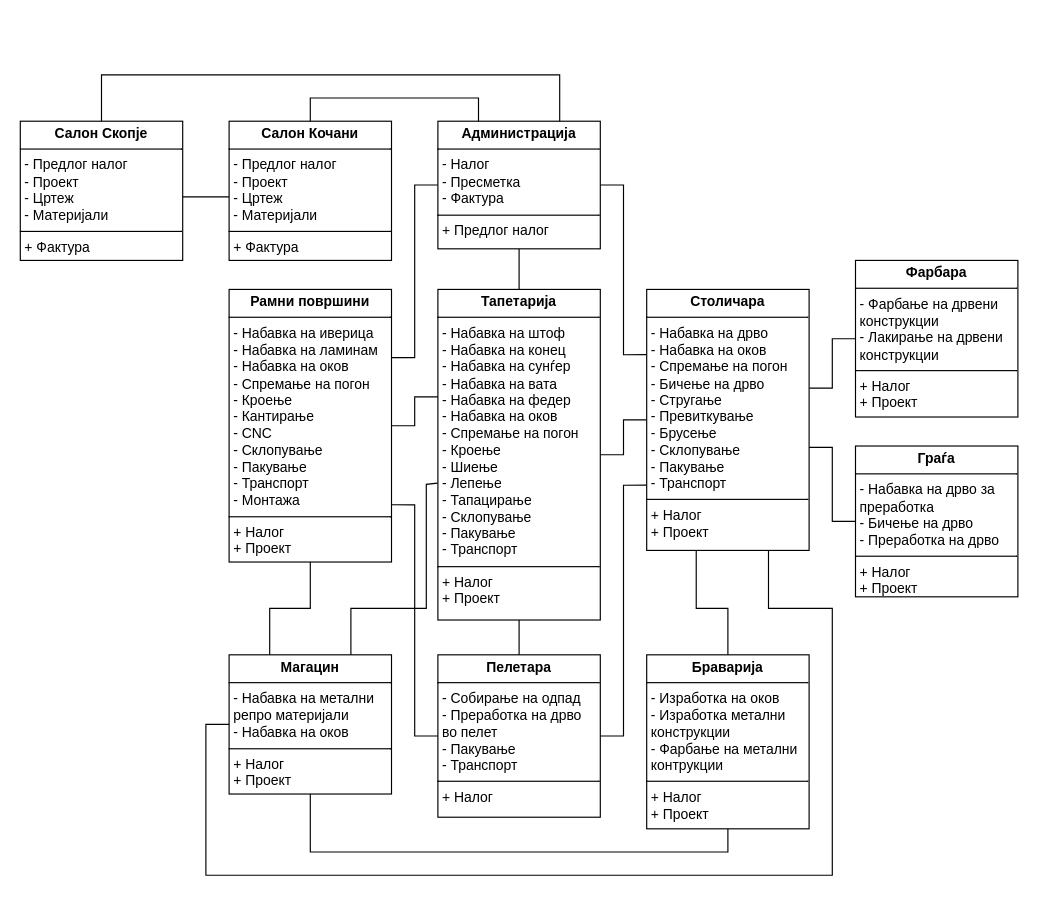
Earlier version of the draw.io diagram page "Page-1" (1 of 2) of jumis-processes-diagram.drawio (martin-s22/jumis-processes-diagram). Source tidied: cells renumbered, new cells numbered last; positions are measured from the earlier drawing's top-left corner, leaving out a move shared by most shapes. Both pictures are drawn from the tidied source at 116%, with x=0, y=0 at pixel (20, 28).
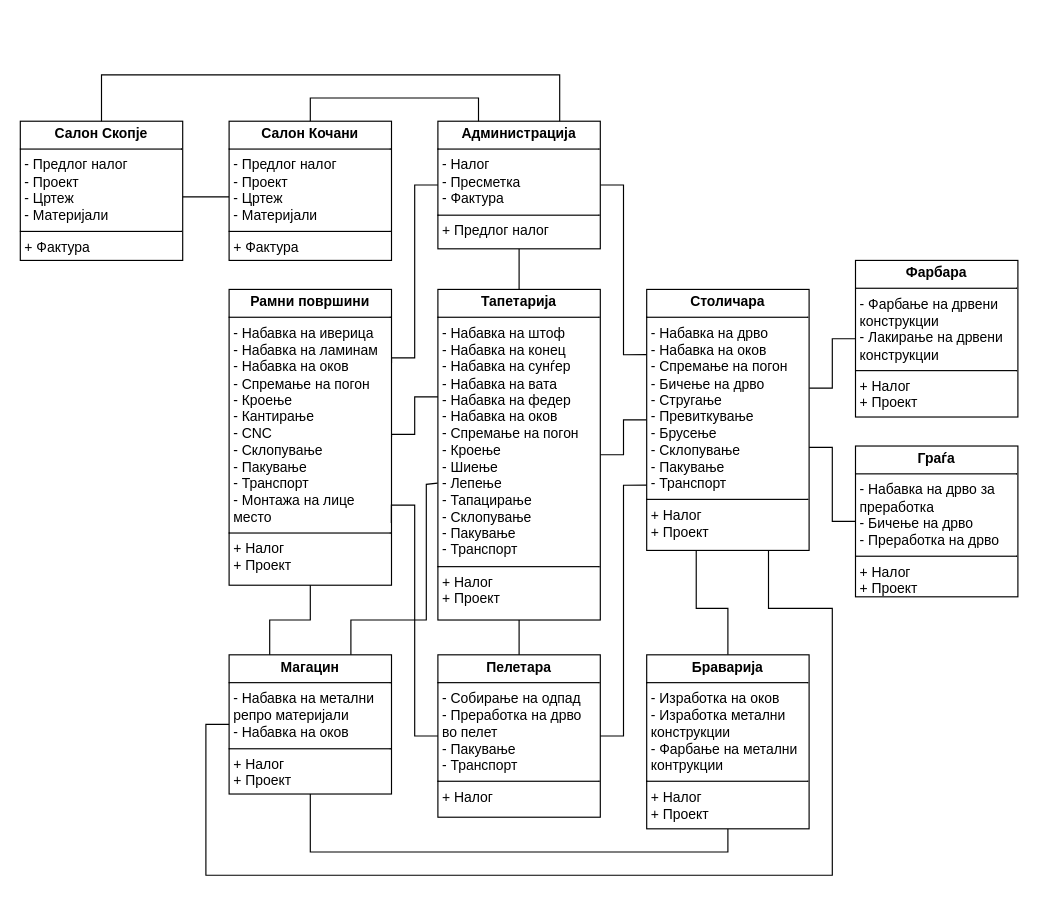
Above is the later version.

The change refers to these unchanged cells:
```xml
<mxCell id="16" value="&lt;p style=&quot;margin:0px;margin-top:4px;text-align:center;&quot;&gt;&lt;b&gt;Тапетарија&lt;/b&gt;&lt;/p&gt;&lt;hr size=&quot;1&quot; style=&quot;border-style:solid;&quot;&gt;&lt;p style=&quot;margin:0px;margin-left:4px;&quot;&gt;- Набавка на штоф&lt;/p&gt;&lt;p style=&quot;margin:0px;margin-left:4px;&quot;&gt;- Набавка на конец&lt;/p&gt;&lt;p style=&quot;margin:0px;margin-left:4px;&quot;&gt;- Набавка на сунѓер&lt;/p&gt;&lt;p style=&quot;margin:0px;margin-left:4px;&quot;&gt;- Набавка на вата&lt;/p&gt;&lt;p style=&quot;margin:0px;margin-left:4px;&quot;&gt;- Набавка на федер&lt;/p&gt;&lt;p style=&quot;margin:0px;margin-left:4px;&quot;&gt;- Набавка на оков&lt;/p&gt;&lt;p style=&quot;margin:0px;margin-left:4px;&quot;&gt;-&amp;nbsp;&lt;span style=&quot;background-color: transparent; color: light-dark(rgb(0, 0, 0), rgb(255, 255, 255));&quot;&gt;Спремање на погон&lt;/span&gt;&lt;/p&gt;&lt;p style=&quot;margin:0px;margin-left:4px;&quot;&gt;&lt;span style=&quot;background-color: transparent; color: light-dark(rgb(0, 0, 0), rgb(255, 255, 255));&quot;&gt;- Кроење&lt;/span&gt;&lt;/p&gt;&lt;p style=&quot;margin:0px;margin-left:4px;&quot;&gt;- Шиење&lt;/p&gt;&lt;p style=&quot;margin:0px;margin-left:4px;&quot;&gt;- Лепење&lt;/p&gt;&lt;p style=&quot;margin:0px;margin-left:4px;&quot;&gt;- Тапацирање&lt;/p&gt;&lt;p style=&quot;margin:0px;margin-left:4px;&quot;&gt;- Склопување&lt;/p&gt;&lt;p style=&quot;margin:0px;margin-left:4px;&quot;&gt;- Пакување&lt;/p&gt;&lt;p style=&quot;margin:0px;margin-left:4px;&quot;&gt;- Транспорт&lt;br&gt;&lt;/p&gt;&lt;hr size=&quot;1&quot; style=&quot;border-style:solid;&quot;&gt;&lt;p style=&quot;margin:0px;margin-left:4px;&quot;&gt;+ Налог&lt;/p&gt;&lt;p style=&quot;margin:0px;margin-left:4px;&quot;&gt;+ Проект&lt;/p&gt;" style="verticalAlign=top;align=left;overflow=fill;html=1;whiteSpace=wrap;" parent="1" vertex="1">
  <mxGeometry x="360" y="225" width="140" height="285" as="geometry" />
</mxCell>
<mxCell id="21" value="&lt;p style=&quot;margin:0px;margin-top:4px;text-align:center;&quot;&gt;&lt;b&gt;Магацин&lt;/b&gt;&lt;/p&gt;&lt;hr size=&quot;1&quot; style=&quot;border-style:solid;&quot;&gt;&lt;p style=&quot;margin:0px;margin-left:4px;&quot;&gt;- Набавка на метални&lt;/p&gt;&lt;p style=&quot;margin:0px;margin-left:4px;&quot;&gt;репро материјали&lt;/p&gt;&lt;p style=&quot;margin:0px;margin-left:4px;&quot;&gt;&lt;span style=&quot;background-color: transparent; color: light-dark(rgb(0, 0, 0), rgb(255, 255, 255));&quot;&gt;- Набавка на оков&lt;br&gt;&lt;/span&gt;&lt;/p&gt;&lt;hr size=&quot;1&quot; style=&quot;border-style:solid;&quot;&gt;&lt;p style=&quot;margin:0px;margin-left:4px;&quot;&gt;+ Налог&lt;/p&gt;&lt;p style=&quot;margin:0px;margin-left:4px;&quot;&gt;+ Проект&lt;/p&gt;" style="verticalAlign=top;align=left;overflow=fill;html=1;whiteSpace=wrap;" parent="1" vertex="1">
  <mxGeometry x="180" y="540" width="140" height="120" as="geometry" />
</mxCell>
```

Change to the diagram source:
```diff
@@
     <mxCell id="8" style="edgeStyle=orthogonalEdgeStyle;rounded=0;html=1;labelBackgroundColor=none;endArrow=none;endFill=0;endSize=8;fontFamily=Verdana;fontSize=12;align=left;entryX=1;entryY=0.5;entryDx=0;entryDy=0;exitX=0.004;exitY=0.325;exitDx=0;exitDy=0;exitPerimeter=0;" parent="1" edge="1" source="16" target="15">
       <mxGeometry relative="1" as="geometry">
         <Array as="points">
           <mxPoint x="340" y="318" />
-          <mxPoint x="340" y="342" />
+          <mxPoint x="340" y="350" />
+          <mxPoint x="320" y="350" />
         </Array>
       </mxGeometry>
     </mxCell>
@@
-    <mxCell id="15" value="&lt;p style=&quot;margin:0px;margin-top:4px;text-align:center;&quot;&gt;&lt;b&gt;Рамни површини&lt;/b&gt;&lt;/p&gt;&lt;hr size=&quot;1&quot; style=&quot;border-style:solid;&quot;&gt;&lt;p style=&quot;margin:0px;margin-left:4px;&quot;&gt;- Набавка на иверица&lt;/p&gt;&lt;p style=&quot;margin:0px;margin-left:4px;&quot;&gt;&lt;span style=&quot;background-color: transparent; color: light-dark(rgb(0, 0, 0), rgb(255, 255, 255));&quot;&gt;- Набавка на ламинам&lt;/span&gt;&lt;/p&gt;&lt;p style=&quot;margin:0px;margin-left:4px;&quot;&gt;- Набавка на оков&lt;/p&gt;&lt;p style=&quot;margin:0px;margin-left:4px;&quot;&gt;- Спремање на погон&lt;/p&gt;&lt;p style=&quot;margin:0px;margin-left:4px;&quot;&gt;- Кроење&lt;/p&gt;&lt;p style=&quot;margin:0px;margin-left:4px;&quot;&gt;- Кантирање&lt;/p&gt;&lt;p style=&quot;margin:0px;margin-left:4px;&quot;&gt;- CNC&lt;/p&gt;&lt;p style=&quot;margin:0px;margin-left:4px;&quot;&gt;- Склопување&lt;/p&gt;&lt;p style=&quot;margin:0px;margin-left:4px;&quot;&gt;- Пакување&lt;/p&gt;&lt;p style=&quot;margin:0px;margin-left:4px;&quot;&gt;- Транспорт&lt;/p&gt;&lt;p style=&quot;margin:0px;margin-left:4px;&quot;&gt;- Монтажа&lt;/p&gt;&lt;hr size=&quot;1&quot; style=&quot;border-style:solid;&quot;&gt;&lt;p style=&quot;margin:0px;margin-left:4px;&quot;&gt;+ Налог&lt;/p&gt;&lt;p style=&quot;margin:0px;margin-left:4px;&quot;&gt;+ Проект&lt;/p&gt;" style="verticalAlign=top;align=left;overflow=fill;html=1;whiteSpace=wrap;" parent="1" vertex="1">
-      <mxGeometry x="180" y="225" width="140" height="235" as="geometry" />
+    <mxCell id="15" value="&lt;p style=&quot;margin:0px;margin-top:4px;text-align:center;&quot;&gt;&lt;b&gt;Рамни површини&lt;/b&gt;&lt;/p&gt;&lt;hr size=&quot;1&quot; style=&quot;border-style:solid;&quot;&gt;&lt;p style=&quot;margin:0px;margin-left:4px;&quot;&gt;- Набавка на иверица&lt;/p&gt;&lt;p style=&quot;margin:0px;margin-left:4px;&quot;&gt;&lt;span style=&quot;background-color: transparent; color: light-dark(rgb(0, 0, 0), rgb(255, 255, 255));&quot;&gt;- Набавка на ламинам&lt;/span&gt;&lt;/p&gt;&lt;p style=&quot;margin:0px;margin-left:4px;&quot;&gt;- Набавка на оков&lt;/p&gt;&lt;p style=&quot;margin:0px;margin-left:4px;&quot;&gt;- Спремање на погон&lt;/p&gt;&lt;p style=&quot;margin:0px;margin-left:4px;&quot;&gt;- Кроење&lt;/p&gt;&lt;p style=&quot;margin:0px;margin-left:4px;&quot;&gt;- Кантирање&lt;/p&gt;&lt;p style=&quot;margin:0px;margin-left:4px;&quot;&gt;- CNC&lt;/p&gt;&lt;p style=&quot;margin:0px;margin-left:4px;&quot;&gt;- Склопување&lt;/p&gt;&lt;p style=&quot;margin:0px;margin-left:4px;&quot;&gt;- Пакување&lt;/p&gt;&lt;p style=&quot;margin:0px;margin-left:4px;&quot;&gt;- Транспорт&lt;/p&gt;&lt;p style=&quot;margin:0px;margin-left:4px;&quot;&gt;- Монтажа на лице место&lt;/p&gt;&lt;hr size=&quot;1&quot; style=&quot;border-style:solid;&quot;&gt;&lt;p style=&quot;margin:0px;margin-left:4px;&quot;&gt;+ Налог&lt;/p&gt;&lt;p style=&quot;margin:0px;margin-left:4px;&quot;&gt;+ Проект&lt;/p&gt;" style="verticalAlign=top;align=left;overflow=fill;html=1;whiteSpace=wrap;" parent="1" vertex="1">
+      <mxGeometry x="180" y="225" width="140" height="255" as="geometry" />
     </mxCell>
@@
     <mxCell id="31" style="edgeStyle=orthogonalEdgeStyle;rounded=0;html=1;exitX=0.5;exitY=1;labelBackgroundColor=none;endArrow=none;endFill=0;endSize=8;fontFamily=Verdana;fontSize=12;align=left;exitDx=0;exitDy=0;entryX=0.25;entryY=0;entryDx=0;entryDy=0;" parent="1" edge="1" source="15" target="21">
       <mxGeometry relative="1" as="geometry">
         <Array as="points">
-          <mxPoint x="250" y="500" />
-          <mxPoint x="215" y="500" />
+          <mxPoint x="250" y="510" />
+          <mxPoint x="215" y="510" />
         </Array>
       </mxGeometry>
     </mxCell>
     <mxCell id="32" style="edgeStyle=orthogonalEdgeStyle;rounded=0;html=1;entryX=-0.002;entryY=0.586;labelBackgroundColor=none;endArrow=none;endFill=0;endSize=8;fontFamily=Verdana;fontSize=12;align=left;entryDx=0;entryDy=0;entryPerimeter=0;exitX=0.75;exitY=0;exitDx=0;exitDy=0;" parent="1" edge="1" source="21" target="16">
       <mxGeometry relative="1" as="geometry">
         <Array as="points">
-          <mxPoint x="285" y="500" />
-          <mxPoint x="350" y="500" />
+          <mxPoint x="285" y="510" />
+          <mxPoint x="350" y="510" />
           <mxPoint x="350" y="393" />
-          <mxPoint x="360" y="393" />
         </Array>
       </mxGeometry>
     </mxCell>
```
